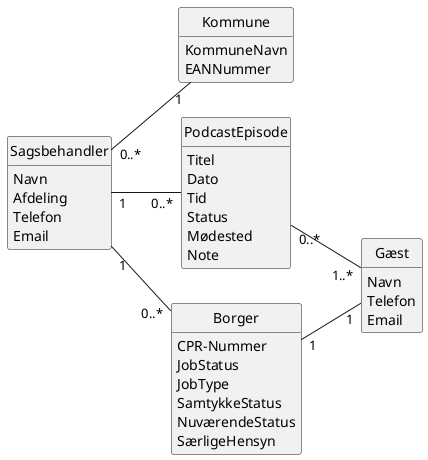
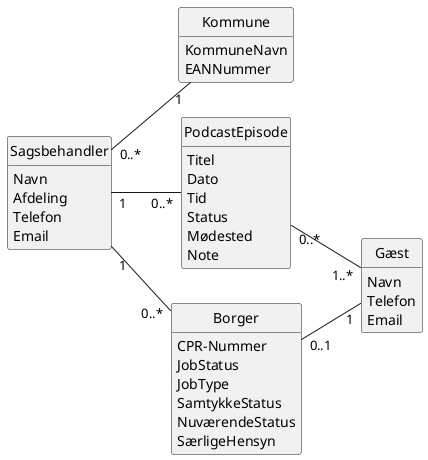
@startuml Domænemodel


left to right direction

class Gæst {
    Navn
    Telefon
    Email
}


class Kommune{
    KommuneNavn
    EANNummer
}

class PodcastEpisode {
    Titel
    Dato
    Tid
    Status
    Mødested
    Note
}

class Borger {
    CPR-Nummer
    JobStatus
    JobType
    SamtykkeStatus
    NuværendeStatus
    SærligeHensyn
}
class Sagsbehandler{
    Navn
    Afdeling
    Telefon
    Email
}



PodcastEpisode "0..*" -- "1..*" Gæst
Sagsbehandler "1" -- "0..*" PodcastEpisode
- Borger "1" -- "1" Gæst
+ Borger "0..1" -- "1" Gæst
Sagsbehandler "0..*" -- "1"Kommune
Sagsbehandler "1" -- "0..*"Borger

hide circle
hide methods

@enduml
